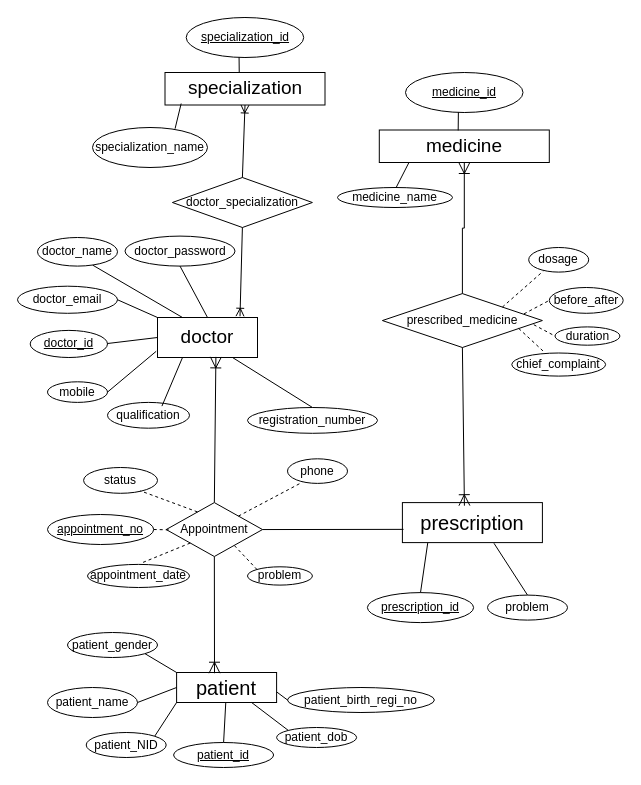
Above: ER_diagram.drawio in SaifulIslamReyad/PG_wamp (draw.io), before the change. Source tidied: cells renumbered, new cells numbered last; positions are measured from the earlier drawing's top-left corner, leaving out a move shared by most shapes. Both pictures are drawn from the tidied source at 100%, with x=0, y=0 at pixel (17, 17).
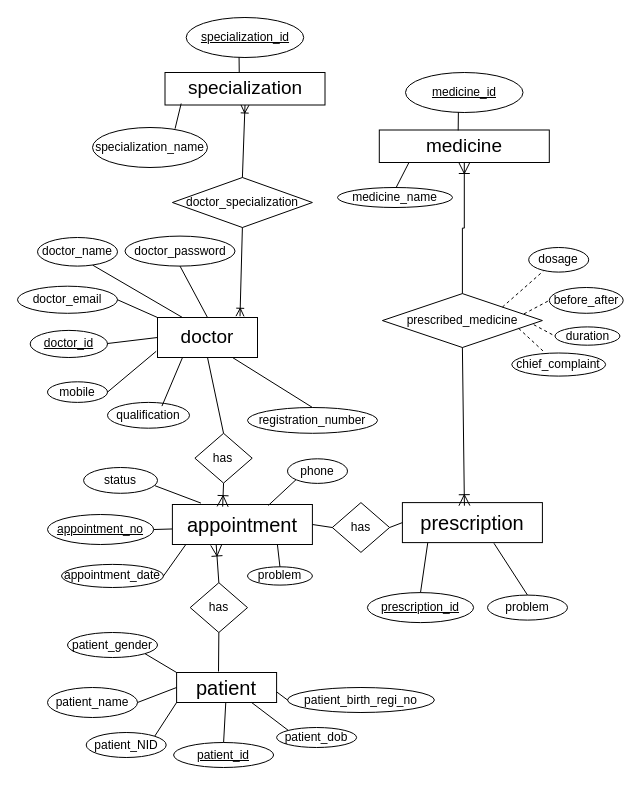
After the change.

Commit message (it also covers changes not shown here):
new database schema

The change refers to these unchanged cells:
```xml
<mxCell id="2" value="&lt;font style=&quot;font-size: 19px;&quot;&gt;doctor&lt;/font&gt;" style="whiteSpace=wrap;html=1;align=center;" parent="1" vertex="1">
  <mxGeometry x="140" y="300" width="100" height="40" as="geometry" />
</mxCell>
<mxCell id="21" value="&lt;span style=&quot;font-size: 20px;&quot;&gt;prescription&lt;/span&gt;" style="whiteSpace=wrap;html=1;align=center;" parent="1" vertex="1">
  <mxGeometry x="384.9" y="485.1" width="140" height="40" as="geometry" />
</mxCell>
<mxCell id="26" value="&lt;font style=&quot;font-size: 20px;&quot;&gt;patient&lt;/font&gt;" style="whiteSpace=wrap;html=1;align=center;" parent="1" vertex="1">
  <mxGeometry x="159.1" y="655" width="100" height="30" as="geometry" />
</mxCell>
<mxCell id="61" value="phone" style="ellipse;whiteSpace=wrap;html=1;align=center;rotation=0;" parent="1" vertex="1">
  <mxGeometry x="270" y="441.3" width="60" height="24.6" as="geometry" />
</mxCell>
<mxCell id="62" value="status" style="ellipse;whiteSpace=wrap;html=1;align=center;rotation=0;" parent="1" vertex="1">
  <mxGeometry x="66.1" y="450" width="73.9" height="25.8" as="geometry" />
</mxCell>
<mxCell id="63" value="problem" style="ellipse;whiteSpace=wrap;html=1;align=center;rotation=0;" parent="1" vertex="1">
  <mxGeometry x="230" y="549.3" width="64.9" height="18.3" as="geometry" />
</mxCell>
<mxCell id="69" value="appointment_no" style="ellipse;whiteSpace=wrap;html=1;align=center;fontStyle=4;" parent="1" vertex="1">
  <mxGeometry x="30" y="497" width="106.2" height="30" as="geometry" />
</mxCell>
```

What changed in the source:
```diff
@@
-    <mxCell id="58" style="fontSize=12;html=1;endArrow=ERoneToMany;rounded=0;endSize=9;exitX=0.5;exitY=0;exitDx=0;exitDy=0;entryX=0.584;entryY=0.985;entryDx=0;entryDy=0;entryPerimeter=0;" parent="1" edge="1" source="64" target="2">
-      <mxGeometry relative="1" as="geometry" />
-    </mxCell>
-    <mxCell id="59" style="fontSize=12;html=1;endArrow=ERoneToMany;rounded=0;endSize=9;exitX=0.5;exitY=1;exitDx=0;exitDy=0;entryX=0.379;entryY=0.024;entryDx=0;entryDy=0;entryPerimeter=0;" parent="1" edge="1" source="64" target="26">
-      <mxGeometry relative="1" as="geometry" />
-    </mxCell>
     <mxCell id="60" value="appointment_date" style="ellipse;whiteSpace=wrap;html=1;align=center;" parent="1" vertex="1">
-      <mxGeometry x="70" y="546.9" width="102" height="23.1" as="geometry" />
+      <mxGeometry x="44" y="546.9" width="102" height="23.1" as="geometry" />
     </mxCell>
@@
-    <mxCell id="64" value="Appointment" style="shape=rhombus;perimeter=rhombusPerimeter;whiteSpace=wrap;html=1;align=center;flipH=0;flipV=0;" parent="1" vertex="1">
-      <mxGeometry x="148.7" y="485.1" width="96.3" height="53.9" as="geometry" />
-    </mxCell>
-    <mxCell id="65" style="endArrow=none;dashed=1;html=1;rounded=0;exitX=1;exitY=0;exitDx=0;exitDy=0;entryX=0.245;entryY=0.955;entryDx=0;entryDy=0;entryPerimeter=0;" parent="1" edge="1" source="64" target="61">
-      <mxGeometry relative="1" as="geometry" />
-    </mxCell>
-    <mxCell id="66" style="endArrow=none;dashed=1;html=1;rounded=0;exitX=0.325;exitY=0.173;exitDx=0;exitDy=0;entryX=0.769;entryY=0.905;entryDx=0;entryDy=0;exitPerimeter=0;entryPerimeter=0;" parent="1" edge="1" source="64" target="62">
-      <mxGeometry relative="1" as="geometry" />
-    </mxCell>
-    <mxCell id="67" style="endArrow=none;dashed=1;html=1;rounded=0;exitX=0.708;exitY=0.797;exitDx=0;exitDy=0;entryX=0;entryY=0;entryDx=0;entryDy=0;exitPerimeter=0;" parent="1" edge="1" source="64" target="63">
-      <mxGeometry relative="1" as="geometry" />
-    </mxCell>
-    <mxCell id="68" style="endArrow=none;dashed=1;html=1;rounded=0;exitX=0;exitY=1;exitDx=0;exitDy=0;entryX=0.541;entryY=-0.081;entryDx=0;entryDy=0;entryPerimeter=0;" parent="1" edge="1" source="64" target="60">
-      <mxGeometry relative="1" as="geometry" />
-    </mxCell>
@@
-    <mxCell id="70" style="endArrow=none;dashed=1;html=1;rounded=0;exitX=1;exitY=0.5;exitDx=0;exitDy=0;entryX=0.045;entryY=0.506;entryDx=0;entryDy=0;entryPerimeter=0;" parent="1" edge="1" source="69" target="64">
-      <mxGeometry relative="1" as="geometry" />
-    </mxCell>
-    <mxCell id="71" style="endArrow=none;html=1;rounded=0;exitX=0.008;exitY=0.669;exitDx=0;exitDy=0;entryX=1;entryY=0.5;entryDx=0;entryDy=0;exitPerimeter=0;" parent="1" edge="1" source="21" target="64">
-      <mxGeometry relative="1" as="geometry" />
-    </mxCell>
@@
+    <mxCell id="73" style="endArrow=none;html=1;rounded=0;exitX=-0.001;exitY=0.612;exitDx=0;exitDy=0;entryX=1;entryY=0.5;entryDx=0;entryDy=0;exitPerimeter=0;" parent="1" edge="1" source="75" target="69">
+      <mxGeometry relative="1" as="geometry" />
+    </mxCell>
+    <mxCell id="74" style="endArrow=none;html=1;rounded=0;entryX=1;entryY=0.5;entryDx=0;entryDy=0;exitX=0.103;exitY=0.965;exitDx=0;exitDy=0;exitPerimeter=0;" parent="1" edge="1" source="75" target="60">
+      <mxGeometry relative="1" as="geometry" />
+    </mxCell>
+    <mxCell id="75" value="&lt;span style=&quot;font-size: 20px;&quot;&gt;appointment&lt;/span&gt;" style="whiteSpace=wrap;html=1;align=center;" parent="1" vertex="1">
+      <mxGeometry x="154.9" y="487" width="140" height="40" as="geometry" />
+    </mxCell>
+    <mxCell id="76" style="endArrow=none;html=1;rounded=0;exitX=0.75;exitY=1;exitDx=0;exitDy=0;entryX=0.5;entryY=0;entryDx=0;entryDy=0;" parent="1" edge="1" source="75" target="63">
+      <mxGeometry relative="1" as="geometry" />
+    </mxCell>
+    <mxCell id="77" style="endArrow=none;html=1;rounded=0;exitX=0;exitY=1;exitDx=0;exitDy=0;entryX=0.685;entryY=0.024;entryDx=0;entryDy=0;entryPerimeter=0;" parent="1" edge="1" source="61" target="75">
+      <mxGeometry relative="1" as="geometry" />
+    </mxCell>
+    <mxCell id="78" style="endArrow=none;html=1;rounded=0;exitX=0.965;exitY=0.705;exitDx=0;exitDy=0;entryX=0.204;entryY=-0.035;entryDx=0;entryDy=0;entryPerimeter=0;exitPerimeter=0;" parent="1" edge="1" source="62" target="75">
+      <mxGeometry relative="1" as="geometry" />
+    </mxCell>
+    <mxCell id="79" value="has" style="shape=rhombus;perimeter=rhombusPerimeter;whiteSpace=wrap;html=1;align=center;flipH=0;flipV=0;" parent="1" vertex="1">
+      <mxGeometry x="314.8" y="485.1" width="57.3" height="49.8" as="geometry" />
+    </mxCell>
+    <mxCell id="80" value="has" style="shape=rhombus;perimeter=rhombusPerimeter;whiteSpace=wrap;html=1;align=center;flipH=0;flipV=0;" parent="1" vertex="1">
+      <mxGeometry x="172.7" y="565.2" width="57.3" height="49.8" as="geometry" />
+    </mxCell>
+    <mxCell id="81" value="has" style="shape=rhombus;perimeter=rhombusPerimeter;whiteSpace=wrap;html=1;align=center;flipH=0;flipV=0;" parent="1" vertex="1">
+      <mxGeometry x="177.4" y="415.8" width="57.3" height="49.8" as="geometry" />
+    </mxCell>
+    <mxCell id="82" style="fontSize=12;html=1;endArrow=ERoneToMany;rounded=0;endSize=9;exitX=0.5;exitY=0;exitDx=0;exitDy=0;entryX=0.313;entryY=1.013;entryDx=0;entryDy=0;entryPerimeter=0;" parent="1" edge="1" source="80" target="75">
+      <mxGeometry relative="1" as="geometry" />
+    </mxCell>
+    <mxCell id="83" style="endArrow=none;html=1;rounded=0;exitX=0.5;exitY=1;exitDx=0;exitDy=0;" parent="1" edge="1" source="80">
+      <mxGeometry relative="1" as="geometry">
+        <mxPoint x="201" y="654" as="targetPoint" />
+      </mxGeometry>
+    </mxCell>
+    <mxCell id="84" style="fontSize=12;html=1;endArrow=ERoneToMany;rounded=0;endSize=9;exitX=0.5;exitY=1;exitDx=0;exitDy=0;entryX=0.359;entryY=0.053;entryDx=0;entryDy=0;entryPerimeter=0;" parent="1" edge="1" source="81" target="75">
+      <mxGeometry relative="1" as="geometry" />
+    </mxCell>
+    <mxCell id="85" style="endArrow=none;html=1;rounded=0;exitX=0.5;exitY=1;exitDx=0;exitDy=0;entryX=0.5;entryY=0;entryDx=0;entryDy=0;" parent="1" edge="1" source="2" target="81">
+      <mxGeometry relative="1" as="geometry" />
+    </mxCell>
+    <mxCell id="86" style="endArrow=none;html=1;rounded=0;exitX=0;exitY=0.5;exitDx=0;exitDy=0;entryX=1;entryY=0.5;entryDx=0;entryDy=0;" parent="1" edge="1" source="79" target="75">
+      <mxGeometry relative="1" as="geometry" />
+    </mxCell>
+    <mxCell id="87" style="endArrow=none;html=1;rounded=0;entryX=0;entryY=0.5;entryDx=0;entryDy=0;exitX=1;exitY=0.5;exitDx=0;exitDy=0;" parent="1" edge="1" source="79" target="21">
+      <mxGeometry relative="1" as="geometry" />
+    </mxCell>
```
